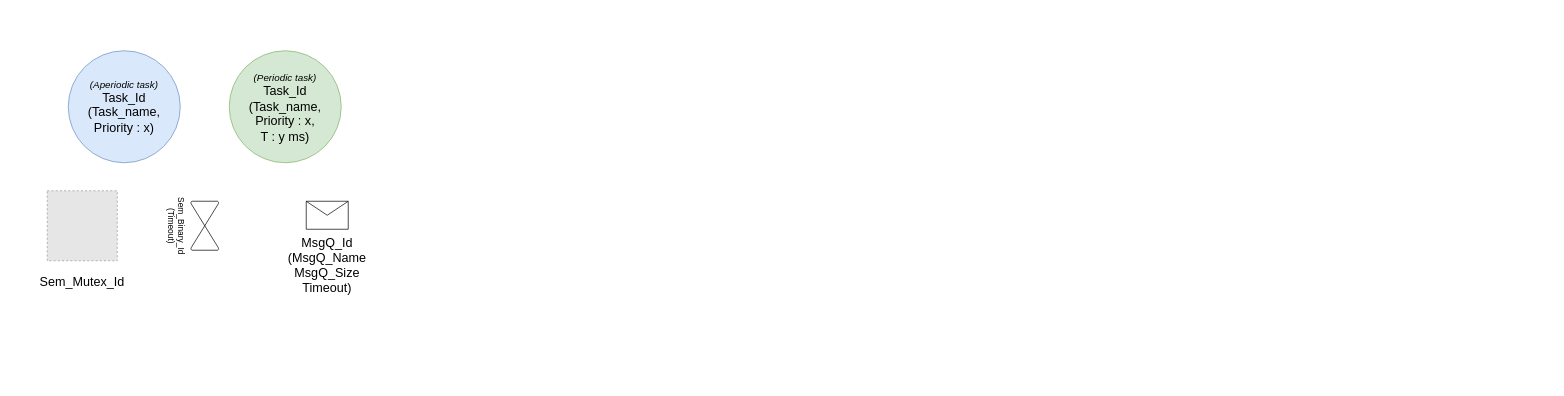
Earlier version of the draw.io diagram TD02.drawio (Azefalo/Temps_Reel). Source tidied: cells renumbered, new cells numbered last; positions are measured from the earlier drawing's top-left corner, leaving out a move shared by most shapes. Both pictures are drawn from the tidied source at 70%, with x=0, y=0 at pixel (12, 50). Pictures stored in the file or linked from it are replaced by grey dashed boxes.
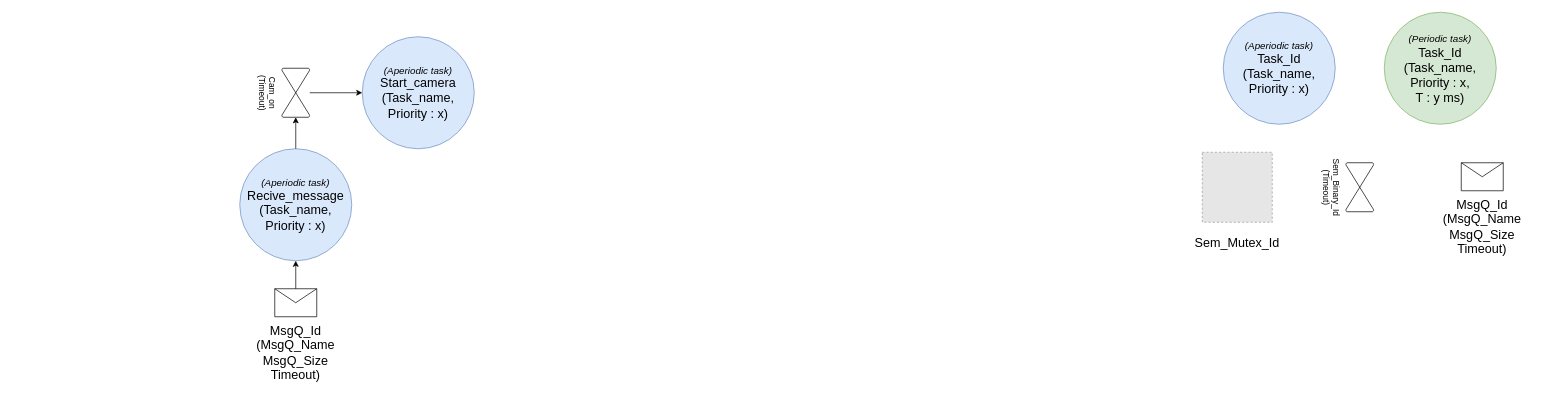
Above is the later version.

The edit, as a diff of the source:
```diff
@@
 <mxGraphModel>
   <root>
     <mxCell id="0" />
     <mxCell id="1" parent="0" />
-    <mxCell id="2" value="&lt;font style=&quot;font-size: 18px&quot;&gt;&lt;i style=&quot;font-size: 12px&quot;&gt;&lt;font style=&quot;font-size: 14px&quot;&gt;(Periodic task)&lt;br&gt;&lt;/font&gt;&lt;/i&gt;&lt;font size=&quot;4&quot;&gt;Task_Id&lt;/font&gt;&lt;br style=&quot;font-size: 12px&quot;&gt;&lt;font size=&quot;4&quot;&gt;(Task_name, Priority : x, &lt;br&gt;T : y ms)&lt;/font&gt;&lt;br&gt;&lt;/font&gt;" style="ellipse;whiteSpace=wrap;html=1;fillColor=#d5e8d4;strokeColor=#82b366;" parent="1" vertex="1">
-      <mxGeometry x="310" width="160" height="160" as="geometry" />
-    </mxCell>
-    <mxCell id="3" value="&lt;font&gt;&lt;i&gt;&lt;font style=&quot;font-size: 14px&quot;&gt;(Aperiodic task)&lt;br&gt;&lt;/font&gt;&lt;/i&gt;&lt;font size=&quot;4&quot;&gt;Task_Id&lt;/font&gt;&lt;br&gt;&lt;font size=&quot;4&quot;&gt;(Task_name, Priority : x)&lt;/font&gt;&lt;br&gt;&lt;/font&gt;" style="ellipse;whiteSpace=wrap;html=1;fillColor=#dae8fc;strokeColor=#6c8ebf;" parent="1" vertex="1">
-      <mxGeometry x="80" width="160" height="160" as="geometry" />
+    <mxCell id="3" value="&lt;font&gt;&lt;i&gt;&lt;font style=&quot;font-size: 14px&quot;&gt;(Aperiodic task)&lt;br&gt;&lt;/font&gt;&lt;/i&gt;&lt;font size=&quot;4&quot;&gt;Start_camera&lt;/font&gt;&lt;br&gt;&lt;font size=&quot;4&quot;&gt;(Task_name, Priority : x)&lt;/font&gt;&lt;br&gt;&lt;/font&gt;" style="ellipse;whiteSpace=wrap;html=1;fillColor=#dae8fc;strokeColor=#6c8ebf;" parent="1" vertex="1">
+      <mxGeometry x="500" y="-20" width="160" height="160" as="geometry" />
     </mxCell>
-    <mxCell id="4" style="group;" parent="1" vertex="1">
-      <mxGeometry y="200" width="200" height="140" as="geometry" />
-    </mxCell>
-    <mxCell id="5" style="fillColor=#E6E6E6;strokeColor=#999999;dashed=1;verticalLabelPosition=bottom;labelBackgroundColor=#ffffff;verticalAlign=top;" parent="4" vertex="1">
-      <mxGeometry x="50" width="100" height="100" as="geometry" />
-    </mxCell>
-    <mxCell id="6" value="&lt;font style=&quot;font-size: 18px&quot;&gt;Sem_Mutex_Id&lt;br&gt;&lt;/font&gt;" style="text;html=1;strokeColor=none;fillColor=none;align=center;verticalAlign=middle;whiteSpace=wrap;rounded=0;" parent="4" vertex="1">
-      <mxGeometry y="120" width="200" height="20" as="geometry" />
-    </mxCell>
     <mxCell id="7" style="group;" parent="1" vertex="1">
-      <mxGeometry x="350" y="215" width="200" height="70" as="geometry" />
+      <mxGeometry x="305" y="340" width="200" height="70" as="geometry" />
     </mxCell>
     <mxCell id="8" style="shape=message;html=1;whiteSpace=wrap;html=1;outlineConnect=0;" parent="7" vertex="1">
       <mxGeometry x="70" width="60" height="40" as="geometry" />
     </mxCell>
     <mxCell id="9" value="&lt;font style=&quot;font-size: 18px&quot;&gt;&lt;br&gt;&lt;br&gt;&lt;br&gt;MsgQ_Id&lt;br&gt;(MsgQ_Name&lt;br&gt;MsgQ_Size&lt;br&gt;Timeout)&lt;br&gt;&lt;/font&gt;" style="text;html=1;strokeColor=none;fillColor=none;align=center;verticalAlign=middle;whiteSpace=wrap;rounded=0;" parent="7" vertex="1">
       <mxGeometry y="50" width="200" height="20" as="geometry" />
     </mxCell>
+    <mxCell id="11" style="edgeStyle=orthogonalEdgeStyle;rounded=0;jettySize=auto;html=1;" parent="1" edge="1" source="10" target="3">
+      <mxGeometry relative="1" as="geometry" />
+    </mxCell>
-    <mxCell id="10" value="Sem_Binary_Id&lt;br&gt;(Timeout)" style="verticalLabelPosition=bottom;verticalAlign=top;html=1;shape=mxgraph.flowchart.collate;direction=south;rotation=90;" parent="1" vertex="1">
-      <mxGeometry x="240" y="230" width="70" height="40" as="geometry" />
+    <mxCell id="10" value="Cam_on&lt;br&gt;(Timeout)" style="verticalLabelPosition=bottom;verticalAlign=top;html=1;shape=mxgraph.flowchart.collate;direction=south;rotation=90;" parent="1" vertex="1">
+      <mxGeometry x="370" y="40" width="70" height="40" as="geometry" />
     </mxCell>
+    <mxCell id="2" value="&lt;font style=&quot;font-size: 18px&quot;&gt;&lt;i style=&quot;font-size: 12px&quot;&gt;&lt;font style=&quot;font-size: 14px&quot;&gt;(Periodic task)&lt;br&gt;&lt;/font&gt;&lt;/i&gt;&lt;font size=&quot;4&quot;&gt;Task_Id&lt;/font&gt;&lt;br style=&quot;font-size: 12px&quot;&gt;&lt;font size=&quot;4&quot;&gt;(Task_name, Priority : x, &lt;br&gt;T : y ms)&lt;/font&gt;&lt;br&gt;&lt;/font&gt;" style="ellipse;whiteSpace=wrap;html=1;fillColor=#d5e8d4;strokeColor=#82b366;" parent="1" vertex="1">
+      <mxGeometry x="1960" y="-55" width="160" height="160" as="geometry" />
+    </mxCell>
+    <mxCell id="12" value="&lt;font&gt;&lt;i&gt;&lt;font style=&quot;font-size: 14px&quot;&gt;(Aperiodic task)&lt;br&gt;&lt;/font&gt;&lt;/i&gt;&lt;font size=&quot;4&quot;&gt;Task_Id&lt;/font&gt;&lt;br&gt;&lt;font size=&quot;4&quot;&gt;(Task_name, Priority : x)&lt;/font&gt;&lt;br&gt;&lt;/font&gt;" style="ellipse;whiteSpace=wrap;html=1;fillColor=#dae8fc;strokeColor=#6c8ebf;" parent="1" vertex="1">
+      <mxGeometry x="1730" y="-55" width="160" height="160" as="geometry" />
+    </mxCell>
+    <mxCell id="13" style="group;" parent="1" vertex="1">
+      <mxGeometry x="1650" y="145" width="200" height="140" as="geometry" />
+    </mxCell>
+    <mxCell id="5" style="fillColor=#E6E6E6;strokeColor=#999999;dashed=1;verticalLabelPosition=bottom;labelBackgroundColor=#ffffff;verticalAlign=top;" parent="13" vertex="1">
+      <mxGeometry x="50" width="100" height="100" as="geometry" />
+    </mxCell>
+    <mxCell id="6" value="&lt;font style=&quot;font-size: 18px&quot;&gt;Sem_Mutex_Id&lt;br&gt;&lt;/font&gt;" style="text;html=1;strokeColor=none;fillColor=none;align=center;verticalAlign=middle;whiteSpace=wrap;rounded=0;" parent="13" vertex="1">
+      <mxGeometry y="120" width="200" height="20" as="geometry" />
+    </mxCell>
+    <mxCell id="14" style="group;" parent="1" vertex="1">
+      <mxGeometry x="2000" y="160" width="200" height="70" as="geometry" />
+    </mxCell>
+    <mxCell id="15" style="shape=message;html=1;whiteSpace=wrap;html=1;" parent="14" vertex="1">
+      <mxGeometry x="70" width="60" height="40" as="geometry" />
+    </mxCell>
+    <mxCell id="16" value="&lt;font style=&quot;font-size: 18px&quot;&gt;&lt;br&gt;&lt;br&gt;&lt;br&gt;MsgQ_Id&lt;br&gt;(MsgQ_Name&lt;br&gt;MsgQ_Size&lt;br&gt;Timeout)&lt;br&gt;&lt;/font&gt;" style="text;html=1;strokeColor=none;fillColor=none;align=center;verticalAlign=middle;whiteSpace=wrap;rounded=0;" parent="14" vertex="1">
+      <mxGeometry y="50" width="200" height="20" as="geometry" />
+    </mxCell>
+    <mxCell id="17" value="Sem_Binary_Id&lt;br&gt;(Timeout)" style="verticalLabelPosition=bottom;verticalAlign=top;html=1;shape=mxgraph.flowchart.collate;direction=south;rotation=90;" parent="1" vertex="1">
+      <mxGeometry x="1890" y="175" width="70" height="40" as="geometry" />
+    </mxCell>
+    <mxCell id="18" value="&lt;font&gt;&lt;i&gt;&lt;font style=&quot;font-size: 14px&quot;&gt;(Aperiodic task)&lt;br&gt;&lt;/font&gt;&lt;/i&gt;&lt;font size=&quot;4&quot;&gt;Recive_message&lt;/font&gt;&lt;br&gt;&lt;font size=&quot;4&quot;&gt;(Task_name, Priority : x)&lt;/font&gt;&lt;br&gt;&lt;/font&gt;" style="ellipse;whiteSpace=wrap;html=1;fillColor=#dae8fc;strokeColor=#6c8ebf;" parent="1" vertex="1">
+      <mxGeometry x="325" y="140" width="160" height="160" as="geometry" />
+    </mxCell>
+    <mxCell id="19" style="edgeStyle=orthogonalEdgeStyle;rounded=0;jettySize=auto;html=1;exitX=0.5;exitY=0;exitDx=0;exitDy=0;entryX=0.5;entryY=0;entryDx=0;entryDy=0;entryPerimeter=0;" parent="1" edge="1" source="18" target="10">
+      <mxGeometry relative="1" as="geometry" />
+    </mxCell>
+    <mxCell id="20" style="edgeStyle=orthogonalEdgeStyle;rounded=0;jettySize=auto;html=1;exitX=0.5;exitY=0;exitDx=0;exitDy=0;" parent="1" edge="1" source="8" target="18">
+      <mxGeometry relative="1" as="geometry" />
+    </mxCell>
   </root>
 </mxGraphModel>
```
